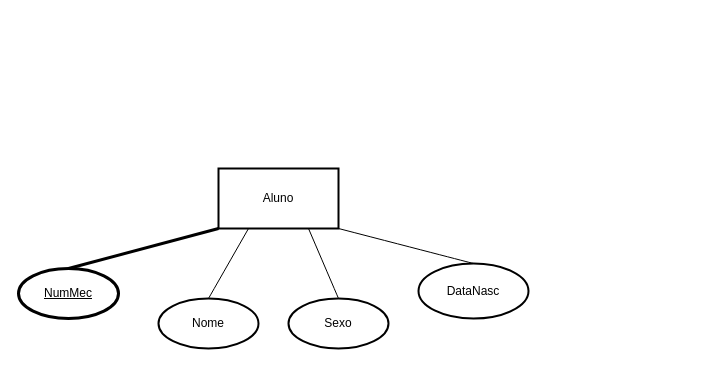
sc6as/diagrama_escolar.drawio keeps this draw.io diagram as Diagrama sem nome.drawio. Above is the earlier version. Source tidied: cells renumbered, new cells numbered last; positions are measured from the earlier drawing's top-left corner, leaving out a move shared by most shapes. Both pictures are drawn from the tidied source at 100%, with x=0, y=0 at pixel (18, 168).
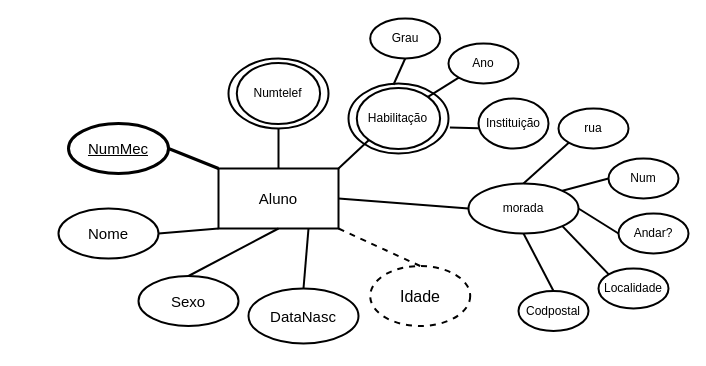
After the change.

Change to the diagram source:
```diff
@@
-    <mxCell id="2" value="Aluno" style="rounded=0;whiteSpace=wrap;html=1;strokeWidth=2;" parent="1" vertex="1">
+    <mxCell id="2" value="&lt;font style=&quot;font-size: 15px;&quot;&gt;Aluno&lt;/font&gt;" style="rounded=0;whiteSpace=wrap;html=1;strokeWidth=2;" parent="1" vertex="1">
       <mxGeometry x="200" width="120" height="60" as="geometry" />
     </mxCell>
-    <mxCell id="3" value="DataNasc" style="ellipse;whiteSpace=wrap;html=1;strokeWidth=2;" parent="1" vertex="1">
-      <mxGeometry x="400" y="95" width="110" height="55" as="geometry" />
+    <mxCell id="3" value="&lt;font style=&quot;font-size: 15px;&quot;&gt;DataNasc&lt;/font&gt;" style="ellipse;whiteSpace=wrap;html=1;strokeWidth=2;" parent="1" vertex="1">
+      <mxGeometry x="230" y="120" width="110" height="55" as="geometry" />
     </mxCell>
-    <mxCell id="4" value="Sexo" style="ellipse;whiteSpace=wrap;html=1;strokeWidth=2;" parent="1" vertex="1">
-      <mxGeometry x="270" y="130" width="100" height="50" as="geometry" />
+    <mxCell id="4" value="&lt;font style=&quot;font-size: 15px;&quot;&gt;Sexo&lt;/font&gt;" style="ellipse;whiteSpace=wrap;html=1;strokeWidth=2;" parent="1" vertex="1">
+      <mxGeometry x="120" y="107.5" width="100" height="50" as="geometry" />
     </mxCell>
-    <mxCell id="5" value="Nome" style="ellipse;whiteSpace=wrap;html=1;strokeWidth=2;" parent="1" vertex="1">
-      <mxGeometry x="140" y="130" width="100" height="50" as="geometry" />
+    <mxCell id="5" value="&lt;font style=&quot;font-size: 15px;&quot;&gt;Nome&lt;/font&gt;" style="ellipse;whiteSpace=wrap;html=1;strokeWidth=2;" parent="1" vertex="1">
+      <mxGeometry x="40" y="40" width="100" height="50" as="geometry" />
     </mxCell>
-    <mxCell id="6" value="&lt;u&gt;NumMec&lt;/u&gt;" style="ellipse;whiteSpace=wrap;html=1;strokeWidth=3;" parent="1" vertex="1">
-      <mxGeometry y="100" width="100" height="50" as="geometry" />
+    <mxCell id="6" value="&lt;u&gt;&lt;font style=&quot;font-size: 15px;&quot;&gt;NumMec&lt;/font&gt;&lt;/u&gt;" style="ellipse;whiteSpace=wrap;html=1;strokeWidth=3;" parent="1" vertex="1">
+      <mxGeometry x="50" y="-45" width="100" height="50" as="geometry" />
     </mxCell>
-    <mxCell id="7" style="endArrow=none;html=1;rounded=0;fontSize=12;startSize=8;endSize=8;curved=1;entryX=0.75;entryY=1;entryDx=0;entryDy=0;exitX=0.5;exitY=0;exitDx=0;exitDy=0;" parent="1" edge="1" source="4" target="2">
+    <mxCell id="7" style="endArrow=none;html=1;rounded=0;fontSize=12;startSize=8;endSize=8;curved=1;entryX=0.5;entryY=1;entryDx=0;entryDy=0;exitX=0.5;exitY=0;exitDx=0;exitDy=0;strokeWidth=2;" parent="1" edge="1" source="4" target="2">
       <mxGeometry relative="1" as="geometry" />
     </mxCell>
-    <mxCell id="8" style="endArrow=none;html=1;rounded=0;fontSize=12;startSize=8;endSize=8;curved=1;entryX=1;entryY=1;entryDx=0;entryDy=0;exitX=0.5;exitY=0;exitDx=0;exitDy=0;" parent="1" edge="1" source="3" target="2">
+    <mxCell id="8" style="endArrow=none;html=1;rounded=0;fontSize=12;startSize=8;endSize=8;curved=1;entryX=0.75;entryY=1;entryDx=0;entryDy=0;exitX=0.5;exitY=0;exitDx=0;exitDy=0;strokeWidth=2;" parent="1" edge="1" source="3" target="2">
       <mxGeometry relative="1" as="geometry" />
     </mxCell>
-    <mxCell id="9" style="endArrow=none;html=1;rounded=0;fontSize=12;startSize=8;endSize=8;curved=1;exitX=0.5;exitY=0;exitDx=0;exitDy=0;entryX=0.25;entryY=1;entryDx=0;entryDy=0;" parent="1" edge="1" source="5" target="2">
+    <mxCell id="9" style="endArrow=none;html=1;rounded=0;fontSize=12;startSize=8;endSize=8;curved=1;exitX=1;exitY=0.5;exitDx=0;exitDy=0;entryX=0;entryY=1;entryDx=0;entryDy=0;strokeWidth=2;" parent="1" edge="1" source="5" target="2">
       <mxGeometry relative="1" as="geometry" />
     </mxCell>
@@
-    <mxCell id="11" style="endArrow=none;html=1;rounded=0;fontSize=12;startSize=8;endSize=8;curved=1;exitX=0.5;exitY=0;exitDx=0;exitDy=0;entryX=0;entryY=1;entryDx=0;entryDy=0;strokeWidth=3;" parent="1" edge="1" source="6" target="2">
+    <mxCell id="11" style="endArrow=none;html=1;rounded=0;fontSize=12;startSize=8;endSize=8;curved=1;exitX=1;exitY=0.5;exitDx=0;exitDy=0;entryX=0;entryY=0;entryDx=0;entryDy=0;strokeWidth=3;" parent="1" edge="1" source="6" target="2">
       <mxGeometry relative="1" as="geometry" />
     </mxCell>
+    <mxCell id="12" value="morada" style="ellipse;whiteSpace=wrap;html=1;strokeWidth=2;" parent="1" vertex="1">
+      <mxGeometry x="450" y="15" width="110" height="50" as="geometry" />
+    </mxCell>
+    <mxCell id="13" style="endArrow=none;html=1;rounded=0;fontSize=12;startSize=8;endSize=8;curved=1;entryX=0;entryY=0.5;entryDx=0;entryDy=0;exitX=1;exitY=0.5;exitDx=0;exitDy=0;strokeWidth=2;" parent="1" edge="1" source="2" target="12">
+      <mxGeometry relative="1" as="geometry" />
+    </mxCell>
+    <mxCell id="14" value="rua" style="ellipse;whiteSpace=wrap;html=1;strokeWidth=2;" parent="1" vertex="1">
+      <mxGeometry x="540" y="-60" width="70" height="40" as="geometry" />
+    </mxCell>
+    <mxCell id="15" value="Num" style="ellipse;whiteSpace=wrap;html=1;strokeWidth=2;" parent="1" vertex="1">
+      <mxGeometry x="590" y="-10" width="70" height="40" as="geometry" />
+    </mxCell>
+    <mxCell id="16" value="Andar?" style="ellipse;whiteSpace=wrap;html=1;strokeWidth=2;" parent="1" vertex="1">
+      <mxGeometry x="600" y="45" width="70" height="40" as="geometry" />
+    </mxCell>
+    <mxCell id="17" value="Localidade" style="ellipse;whiteSpace=wrap;html=1;strokeWidth=2;" parent="1" vertex="1">
+      <mxGeometry x="580" y="100" width="70" height="40" as="geometry" />
+    </mxCell>
+    <mxCell id="18" value="Codpostal" style="ellipse;whiteSpace=wrap;html=1;strokeWidth=2;" parent="1" vertex="1">
+      <mxGeometry x="500" y="122.5" width="70" height="40" as="geometry" />
+    </mxCell>
+    <mxCell id="19" style="endArrow=none;html=1;rounded=0;fontSize=12;startSize=8;endSize=8;curved=1;entryX=0;entryY=1;entryDx=0;entryDy=0;exitX=0.5;exitY=0;exitDx=0;exitDy=0;strokeWidth=2;" parent="1" edge="1" source="12" target="14">
+      <mxGeometry relative="1" as="geometry" />
+    </mxCell>
+    <mxCell id="20" style="endArrow=none;html=1;rounded=0;fontSize=12;startSize=8;endSize=8;curved=1;entryX=0;entryY=0.5;entryDx=0;entryDy=0;exitX=1;exitY=0;exitDx=0;exitDy=0;strokeWidth=2;" parent="1" edge="1" source="12" target="15">
+      <mxGeometry relative="1" as="geometry" />
+    </mxCell>
+    <mxCell id="21" style="endArrow=none;html=1;rounded=0;fontSize=12;startSize=8;endSize=8;curved=1;entryX=0;entryY=0.5;entryDx=0;entryDy=0;exitX=1;exitY=0.5;exitDx=0;exitDy=0;strokeWidth=2;" parent="1" edge="1" source="12" target="16">
+      <mxGeometry relative="1" as="geometry" />
+    </mxCell>
+    <mxCell id="22" style="endArrow=none;html=1;rounded=0;fontSize=12;startSize=8;endSize=8;curved=1;exitX=0;exitY=0;exitDx=0;exitDy=0;entryX=1;entryY=1;entryDx=0;entryDy=0;strokeWidth=2;" parent="1" edge="1" source="17" target="12">
+      <mxGeometry relative="1" as="geometry" />
+    </mxCell>
+    <mxCell id="23" style="endArrow=none;html=1;rounded=0;fontSize=12;startSize=8;endSize=8;curved=1;entryX=0.5;entryY=0;entryDx=0;entryDy=0;exitX=0.5;exitY=1;exitDx=0;exitDy=0;strokeWidth=2;" parent="1" edge="1" source="12" target="18">
+      <mxGeometry relative="1" as="geometry" />
+    </mxCell>
+    <mxCell id="24" value="&lt;font style=&quot;font-size: 16px;&quot;&gt;Idade&lt;/font&gt;" style="ellipse;whiteSpace=wrap;html=1;dashed=1;strokeWidth=2;" parent="1" vertex="1">
+      <mxGeometry x="351.7" y="97.5" width="100" height="60" as="geometry" />
+    </mxCell>
+    <mxCell id="25" style="endArrow=none;html=1;rounded=0;fontSize=12;startSize=8;endSize=8;curved=1;exitX=0.5;exitY=0;exitDx=0;exitDy=0;entryX=1;entryY=1;entryDx=0;entryDy=0;dashed=1;strokeWidth=2;" parent="1" edge="1" source="24" target="2">
+      <mxGeometry relative="1" as="geometry" />
+    </mxCell>
+    <mxCell id="26" style="group;strokeWidth=4;" parent="1" vertex="1">
+      <mxGeometry x="330" y="-85" width="100" height="70" as="geometry" />
+    </mxCell>
+    <mxCell id="27" style="ellipse;whiteSpace=wrap;html=1;strokeWidth=2;" parent="26" vertex="1">
+      <mxGeometry width="100" height="70" as="geometry" />
+    </mxCell>
+    <mxCell id="28" value="Habilitação" style="ellipse;whiteSpace=wrap;html=1;strokeWidth=2;" parent="26" vertex="1">
+      <mxGeometry x="8.3" y="4.4" width="83.3" height="61.2" as="geometry" />
+    </mxCell>
+    <mxCell id="29" style="group;strokeWidth=2;" parent="1" vertex="1">
+      <mxGeometry x="210" y="-110" width="100" height="70" as="geometry" />
+    </mxCell>
+    <mxCell id="30" style="ellipse;whiteSpace=wrap;html=1;strokeWidth=2;" parent="29" vertex="1">
+      <mxGeometry width="100" height="70" as="geometry" />
+    </mxCell>
+    <mxCell id="31" value="Numtelef" style="ellipse;whiteSpace=wrap;html=1;strokeWidth=2;" parent="29" vertex="1">
+      <mxGeometry x="8.3" y="4.4" width="83.3" height="61.2" as="geometry" />
+    </mxCell>
+    <mxCell id="32" style="edgeStyle=none;curved=1;rounded=0;orthogonalLoop=1;jettySize=auto;html=1;entryX=1;entryY=0.5;entryDx=0;entryDy=0;fontSize=12;startSize=8;endSize=8;" parent="29" edge="1" source="31" target="31">
+      <mxGeometry relative="1" as="geometry" />
+    </mxCell>
+    <mxCell id="33" value="Grau" style="ellipse;whiteSpace=wrap;html=1;strokeWidth=2;" parent="1" vertex="1">
+      <mxGeometry x="351.7" y="-150" width="70" height="40" as="geometry" />
+    </mxCell>
+    <mxCell id="34" value="Ano" style="ellipse;whiteSpace=wrap;html=1;strokeWidth=2;" parent="1" vertex="1">
+      <mxGeometry x="430" y="-125" width="70" height="40" as="geometry" />
+    </mxCell>
+    <mxCell id="35" value="Instituição" style="ellipse;whiteSpace=wrap;html=1;strokeWidth=2;" parent="1" vertex="1">
+      <mxGeometry x="460" y="-70" width="70" height="50" as="geometry" />
+    </mxCell>
+    <mxCell id="36" style="endArrow=none;html=1;rounded=0;fontSize=12;startSize=8;endSize=8;curved=1;exitX=1;exitY=0;exitDx=0;exitDy=0;entryX=0;entryY=1;entryDx=0;entryDy=0;strokeWidth=2;" parent="1" edge="1" source="2" target="28">
+      <mxGeometry relative="1" as="geometry" />
+    </mxCell>
+    <mxCell id="37" style="endArrow=none;html=1;rounded=0;fontSize=12;startSize=8;endSize=8;curved=1;exitX=1;exitY=0;exitDx=0;exitDy=0;entryX=0;entryY=1;entryDx=0;entryDy=0;strokeWidth=2;" parent="1" edge="1" source="28" target="34">
+      <mxGeometry relative="1" as="geometry" />
+    </mxCell>
+    <mxCell id="38" style="endArrow=none;html=1;rounded=0;fontSize=12;startSize=8;endSize=8;curved=1;exitX=1.014;exitY=0.627;exitDx=0;exitDy=0;exitPerimeter=0;entryX=0;entryY=0.597;entryDx=0;entryDy=0;entryPerimeter=0;strokeWidth=2;" parent="1" edge="1" source="27" target="35">
+      <mxGeometry relative="1" as="geometry" />
+    </mxCell>
+    <mxCell id="39" style="endArrow=none;html=1;rounded=0;fontSize=12;startSize=8;endSize=8;curved=1;exitX=0.44;exitY=-0.052;exitDx=0;exitDy=0;exitPerimeter=0;entryX=0.5;entryY=1;entryDx=0;entryDy=0;strokeWidth=2;" parent="1" edge="1" source="28" target="33">
+      <mxGeometry relative="1" as="geometry" />
+    </mxCell>
+    <mxCell id="40" style="endArrow=none;html=1;rounded=0;fontSize=12;startSize=8;endSize=8;curved=1;exitX=0.5;exitY=0;exitDx=0;exitDy=0;entryX=0.5;entryY=1;entryDx=0;entryDy=0;strokeWidth=2;" parent="1" edge="1" source="2" target="30">
+      <mxGeometry relative="1" as="geometry" />
+    </mxCell>
+    <mxCell id="41" style="edgeStyle=none;curved=1;rounded=0;orthogonalLoop=1;jettySize=auto;html=1;exitX=0;exitY=1;exitDx=0;exitDy=0;fontSize=12;startSize=8;endSize=8;" parent="1" edge="1" source="5" target="5">
+      <mxGeometry relative="1" as="geometry" />
+    </mxCell>
```
